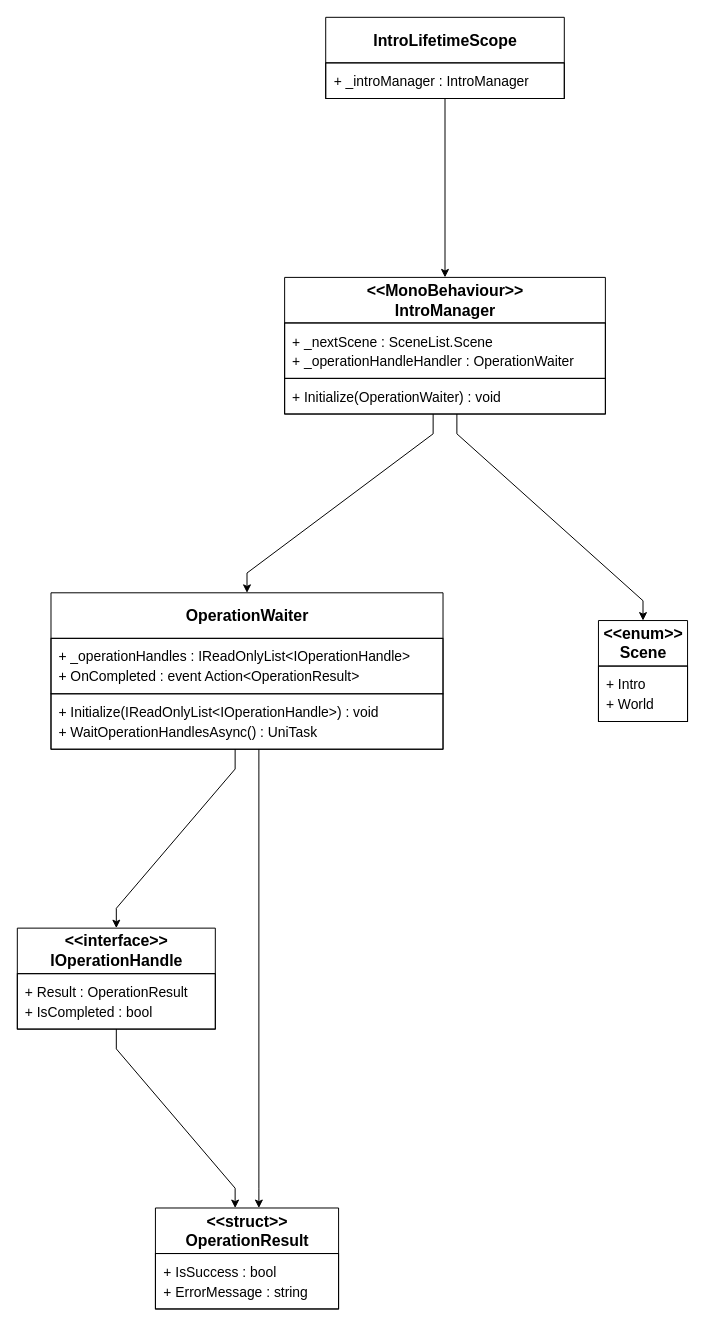
Before: Docs/Architecture/Diagrams/Composition/Intro.drawio in THISISJUSTICE/CubicLand, a draw.io diagram. Source tidied: cells renumbered, new cells numbered last; positions are measured from the earlier drawing's top-left corner, leaving out a move shared by most shapes. Both pictures are drawn from the tidied source at 99%, with x=0, y=0 at pixel (17, 17).
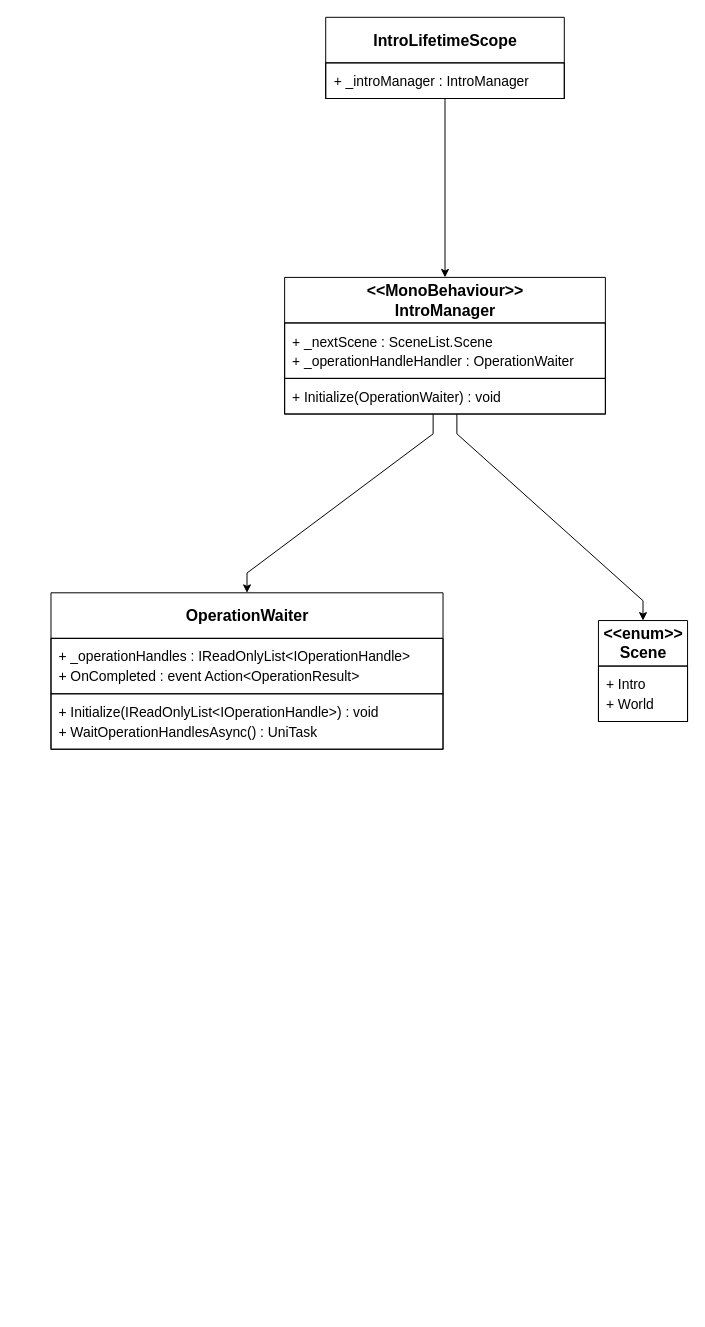
The same diagram, later.

The change refers to these unchanged cells:
```xml
<mxCell id="4" value="&lt;h4 style=&quot;margin:0&quot;&gt;OperationWaiter&lt;/h4&gt;" style="swimlane;fontSize=16;fontStyle=1;align=center;verticalAlign=middle;horizontal=1;startSize=46;html=1;fillColor=none;swimlaneFillColor=none;strokeColor=#000000;" parent="1" vertex="1">
  <mxGeometry x="34" y="581.3" width="396" height="158" as="geometry" />
</mxCell>
```

What changed in the source:
```diff
@@
-    <mxCell id="7" value="&lt;div&gt;&amp;lt;&amp;lt;interface&amp;gt;&amp;gt;&lt;/div&gt;&lt;h4 style=&quot;margin:0&quot;&gt;IOperationHandle&lt;/h4&gt;" style="swimlane;fontSize=16;fontStyle=1;align=center;verticalAlign=middle;horizontal=1;startSize=46;html=1;fillColor=none;swimlaneFillColor=none;strokeColor=#000000;" parent="1" vertex="1">
-      <mxGeometry y="920" width="200" height="102" as="geometry" />
-    </mxCell>
-    <mxCell id="8" value="&lt;div&gt;&amp;lt;&amp;lt;struct&amp;gt;&amp;gt;&lt;/div&gt;&lt;h4 style=&quot;margin:0&quot;&gt;OperationResult&lt;/h4&gt;" style="swimlane;fontSize=16;fontStyle=1;align=center;verticalAlign=middle;horizontal=1;startSize=46;html=1;fillColor=none;swimlaneFillColor=none;strokeColor=#000000;" parent="1" vertex="1">
-      <mxGeometry x="139.5" y="1202.7" width="185" height="102" as="geometry" />
-    </mxCell>
-    <mxCell id="9" style="edgeStyle=none;curved=0;rounded=0;html=1;strokeColor=#000000;exitPerimeter=0;entryPerimeter=0;exitX=0.50000;exitY=1.00000;entryX=0.43514;entryY=0.00000;endArrow=classic;endFill=1;" parent="1" edge="1" source="7" target="8">
-      <mxGeometry relative="1" as="geometry">
-        <Array as="points">
-          <mxPoint x="100" y="1042" />
-          <mxPoint x="220" y="1182.7" />
-        </Array>
-      </mxGeometry>
-    </mxCell>
-    <mxCell id="10" style="edgeStyle=none;curved=0;rounded=0;html=1;strokeColor=#000000;exitPerimeter=0;entryPerimeter=0;exitX=0.46970;exitY=1.00000;entryX=0.50000;entryY=0.00000;endArrow=classic;endFill=1;" parent="1" edge="1" source="4" target="7">
-      <mxGeometry relative="1" as="geometry">
-        <Array as="points">
-          <mxPoint x="220" y="759.3" />
-          <mxPoint x="100" y="900" />
-        </Array>
-      </mxGeometry>
-    </mxCell>
-    <mxCell id="11" style="edgeStyle=none;curved=0;rounded=0;html=1;strokeColor=#000000;exitPerimeter=0;entryPerimeter=0;exitX=0.53030;exitY=1.00000;entryX=0.56486;entryY=0.00000;endArrow=classic;endFill=1;" parent="1" edge="1" source="4" target="8">
-      <mxGeometry relative="1" as="geometry">
-        <Array as="points">
-          <mxPoint x="244" y="759.3" />
-          <mxPoint x="244" y="1182.7" />
-        </Array>
-      </mxGeometry>
-    </mxCell>
@@
-    <mxCell id="14" value="&lt;div style=&quot;height:20px;line-height:20px;margin:0;padding:0;white-space:nowrap&quot;&gt;+ Result : OperationResult&lt;/div&gt;&lt;div style=&quot;height:20px;line-height:20px;margin:0;padding:0;white-space:nowrap&quot;&gt;+ IsCompleted : bool&lt;/div&gt;" style="text;fontSize=14;strokeColor=#000000;fillColor=none;align=left;verticalAlign=middle;spacingTop=4;spacingBottom=4;spacingLeft=6;spacingRight=6;whiteSpace=wrap;overflow=hidden;html=1;" parent="7" vertex="1">
-      <mxGeometry y="46" width="200" height="56" as="geometry" />
-    </mxCell>
@@
-    <mxCell id="18" value="&lt;div style=&quot;height:20px;line-height:20px;margin:0;padding:0;white-space:nowrap&quot;&gt;+ IsSuccess : bool&lt;/div&gt;&lt;div style=&quot;height:20px;line-height:20px;margin:0;padding:0;white-space:nowrap&quot;&gt;+ ErrorMessage : string&lt;/div&gt;" style="text;fontSize=14;strokeColor=#000000;fillColor=none;align=left;verticalAlign=middle;spacingTop=4;spacingBottom=4;spacingLeft=6;spacingRight=6;whiteSpace=wrap;overflow=hidden;html=1;" parent="8" vertex="1">
-      <mxGeometry y="46" width="185" height="56" as="geometry" />
-    </mxCell>
```
